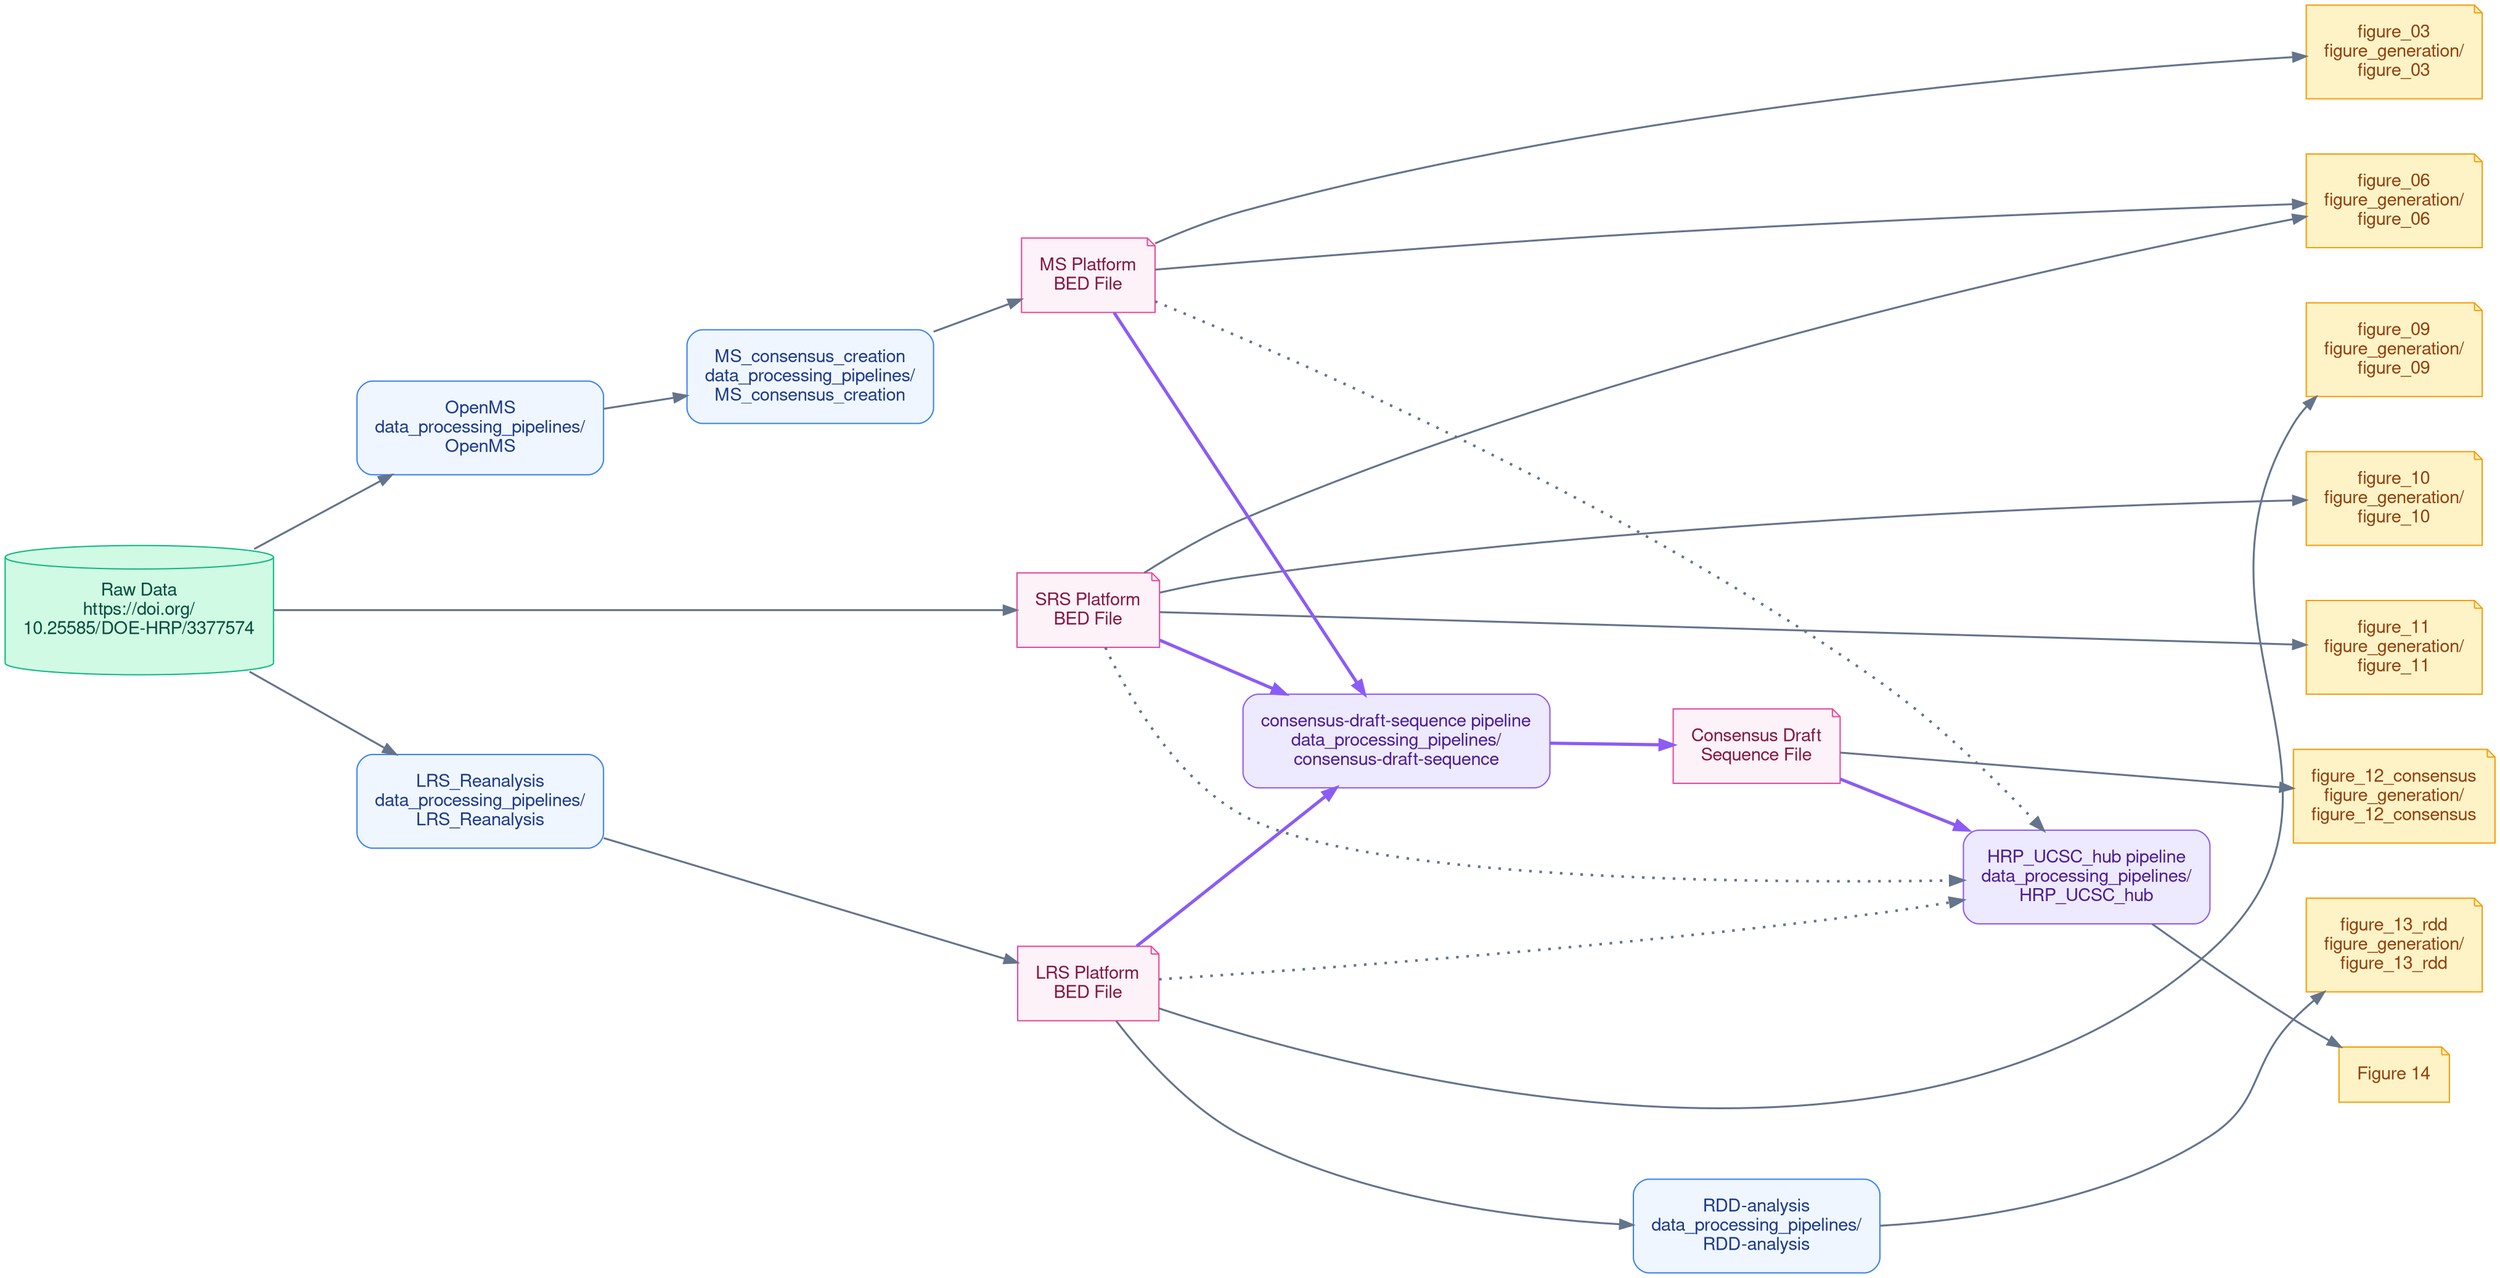
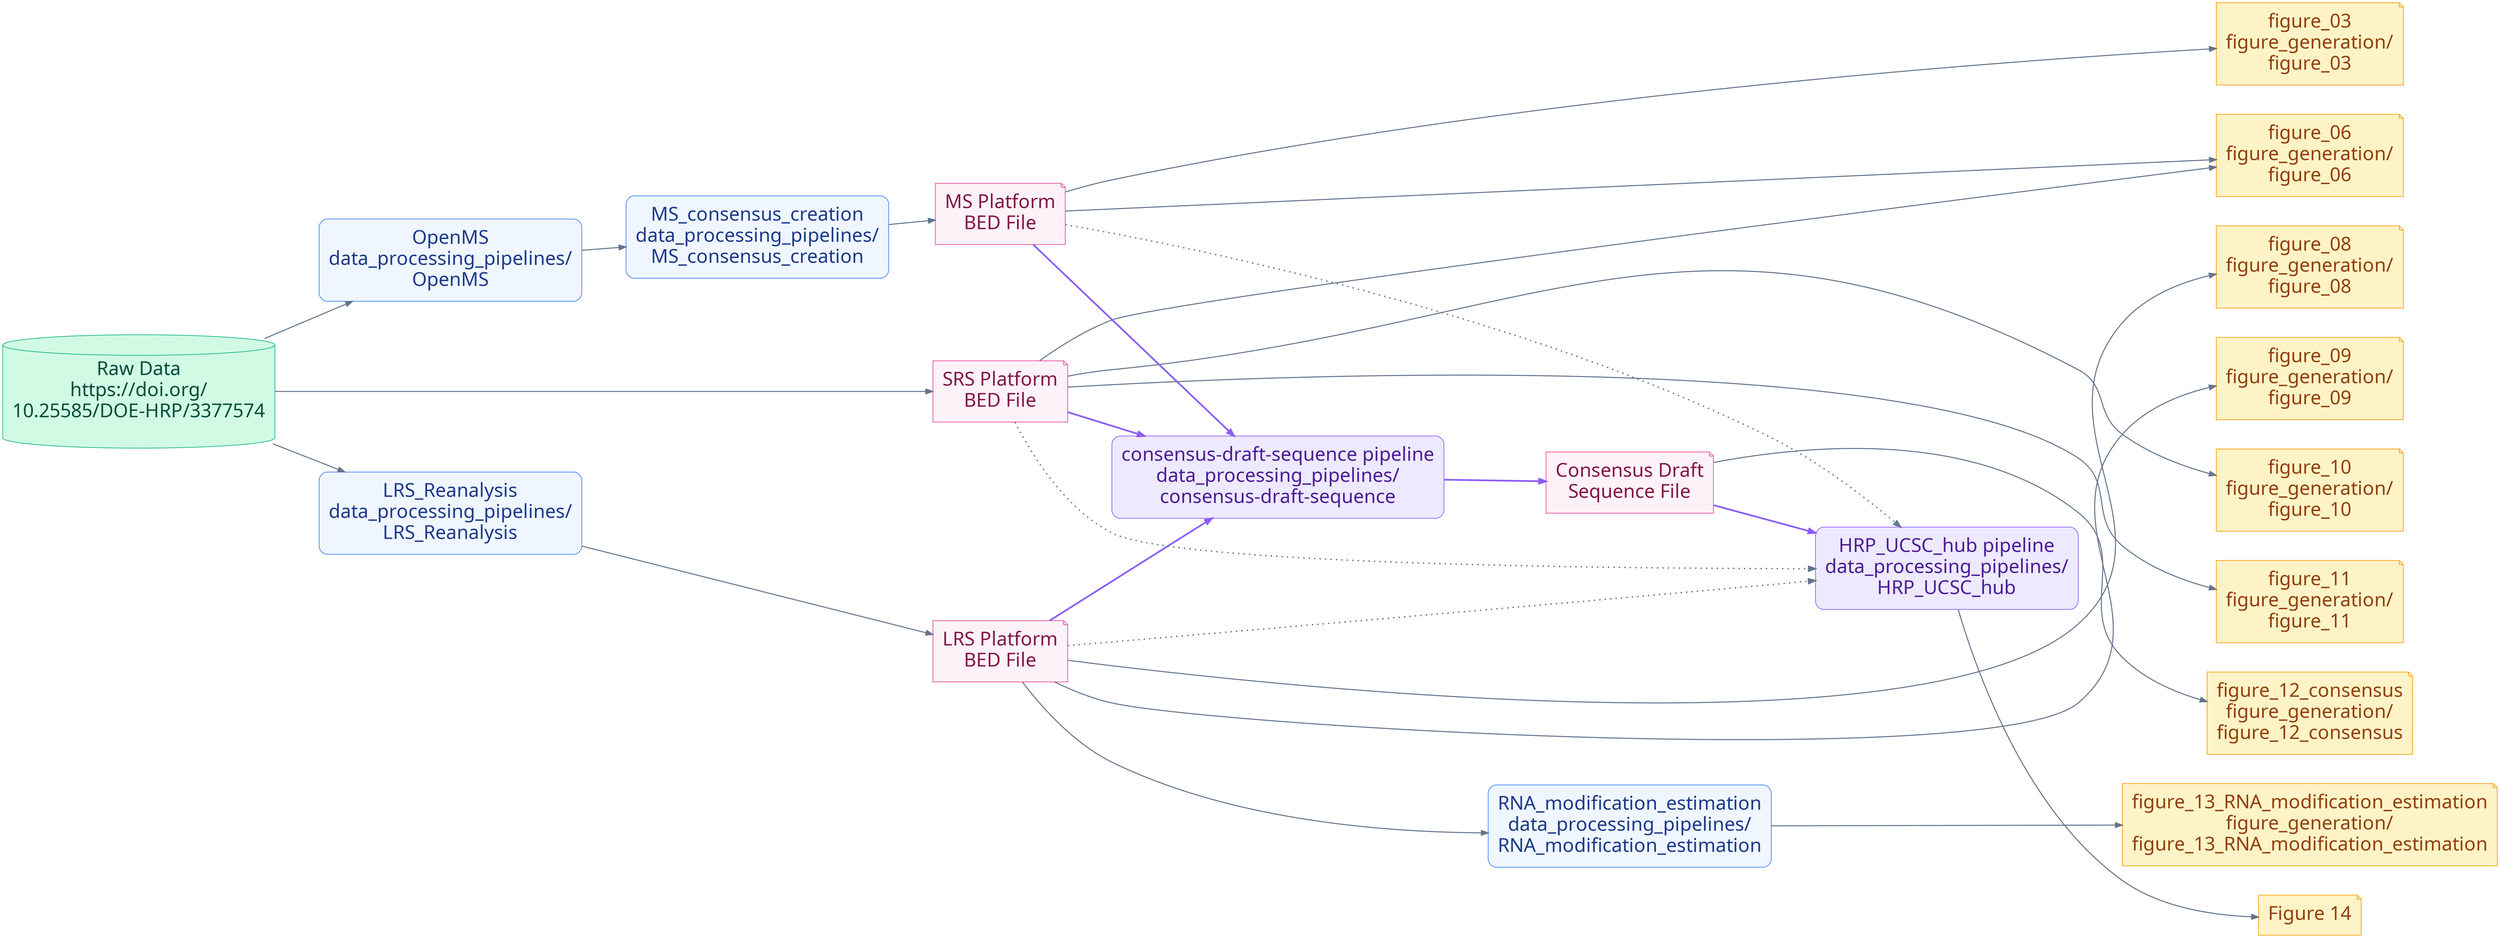
digraph G {
-     fontname="Helvetica,Arial,sans-serif"
-     node [fontname="Helvetica,Arial,sans-serif", shape=box, style="filled,rounded", margin=0.2];
-     edge [fontname="Helvetica,Arial,sans-serif", color="#64748b", penwidth=1.5];
+     fontname="Helvetica-Bold,Arial-Bold,sans-serif"
+     node [fontname="Helvetica-Bold,Arial-Bold,sans-serif", fontsize=28, shape=box, style="filled,rounded", margin=0.2];
+     edge [fontname="Helvetica-Bold,Arial-Bold,sans-serif", fontsize=26, color="#64748b", penwidth=1.5];
    rankdir=LR;
    nodesep=0.6;
    ranksep=0.9;

    Raw [shape=cylinder, label="Raw Data\nhttps://doi.org/\n10.25585/DOE-HRP/3377574", color="#10b981", fillcolor="#d1fae5", fontcolor="#064e3b"];

    // Raw Data Processing Pipelines
    node [color="#3b82f6", fillcolor="#eff6ff", fontcolor="#1e3a8a"];
    LRS_Proc [label="LRS_Reanalysis\ndata_processing_pipelines/\nLRS_Reanalysis"];
    MS_Proc [label="OpenMS\ndata_processing_pipelines/\nOpenMS"];

    // Platform Specific BED files
    node [shape=note, color="#ec4899", fillcolor="#fdf2f8", fontcolor="#831843"];
    LRS_Bed [label="LRS Platform\nBED File"];
    SRS_Bed [label="SRS Platform\nBED File"];
    MS_Bed [label="MS Platform\nBED File"];

    // Secondary Processing
    node [shape=box, color="#3b82f6", fillcolor="#eff6ff", fontcolor="#1e3a8a"];
-     RDD [label="RDD-analysis\ndata_processing_pipelines/\nRDD-analysis"];
+     RDD [label="RNA_modification_estimation\ndata_processing_pipelines/\nRNA_modification_estimation"];
    MS_Cons [label="MS_consensus_creation\ndata_processing_pipelines/\nMS_consensus_creation"];

    // Consensus Draft Pipeline
    node [color="#8b5cf6", fillcolor="#ede9fe", fontcolor="#4c1d95"];
    GlobalConsensusProc [label="consensus-draft-sequence pipeline\ndata_processing_pipelines/\nconsensus-draft-sequence"];

    node [shape=note, color="#ec4899", fillcolor="#fdf2f8", fontcolor="#831843"];
    Consensus_File [label="Consensus Draft\nSequence File"];

    // UCSC Pipeline
    node [shape=box, color="#8b5cf6", fillcolor="#ede9fe", fontcolor="#4c1d95"];
    UCSC_Proc [label="HRP_UCSC_hub pipeline\ndata_processing_pipelines/\nHRP_UCSC_hub"];

    // Figures
    node [shape=note, color="#f59e0b", fillcolor="#fef3c7", fontcolor="#92400e"];
    Fig3 [label="figure_03\nfigure_generation/\nfigure_03"];
    Fig6 [label="figure_06\nfigure_generation/\nfigure_06"];
+     Fig8 [label="figure_08\nfigure_generation/\nfigure_08"];
    Fig9 [label="figure_09\nfigure_generation/\nfigure_09"];
    Fig10 [label="figure_10\nfigure_generation/\nfigure_10"];
    Fig11 [label="figure_11\nfigure_generation/\nfigure_11"];
    Fig12 [label="figure_12_consensus\nfigure_generation/\nfigure_12_consensus"];
-     Fig13 [label="figure_13_rdd\nfigure_generation/\nfigure_13_rdd"];
+     Fig13 [label="figure_13_RNA_modification_estimation\nfigure_generation/\nfigure_13_RNA_modification_estimation"];
    Fig14 [label="Figure 14"];

    // Raw -> Processing -> BED
    Raw -> LRS_Proc; LRS_Proc -> LRS_Bed;
    Raw -> SRS_Bed;
    Raw -> MS_Proc; MS_Proc -> MS_Cons; MS_Cons -> MS_Bed;



    // BED -> Figures / Secondary Pipelines
    LRS_Bed -> RDD; RDD -> Fig13;
+     LRS_Bed -> Fig8;
    LRS_Bed -> Fig9;

    SRS_Bed -> Fig10;
    SRS_Bed -> Fig11;
    SRS_Bed -> Fig6;

    MS_Bed -> Fig6;
    MS_Bed -> Fig3;

    // BED -> Consensus Pipeline -> Consensus File
    LRS_Bed -> GlobalConsensusProc [penwidth=2.5, color="#8b5cf6"];
    SRS_Bed -> GlobalConsensusProc [penwidth=2.5, color="#8b5cf6"];
    MS_Bed -> GlobalConsensusProc [penwidth=2.5, color="#8b5cf6"];
    GlobalConsensusProc -> Consensus_File [penwidth=2.5, color="#8b5cf6"];

    Consensus_File -> Fig12;

    // BED + Consensus File -> UCSC -> Fig 14
    LRS_Bed -> UCSC_Proc [style=dotted, penwidth=2.0];
    SRS_Bed -> UCSC_Proc [style=dotted, penwidth=2.0];
    MS_Bed -> UCSC_Proc [style=dotted, penwidth=2.0];
    Consensus_File -> UCSC_Proc [penwidth=2.5, color="#8b5cf6"];

    UCSC_Proc -> Fig14;

    // Force sequential layout of figures top-to-bottom
-     { rank=same; Fig3; Fig6; Fig9; Fig10; Fig11; Fig12; Fig13; Fig14; }
-     Fig3 -> Fig6 -> Fig9 -> Fig10 -> Fig11 -> Fig12 -> Fig13 -> Fig14 [style=invis];
+     { rank=same; Fig3; Fig6; Fig8; Fig9; Fig10; Fig11; Fig12; Fig13; Fig14; }
+     Fig3 -> Fig6 -> Fig8 -> Fig9 -> Fig10 -> Fig11 -> Fig12 -> Fig13 -> Fig14 [style=invis];
}
